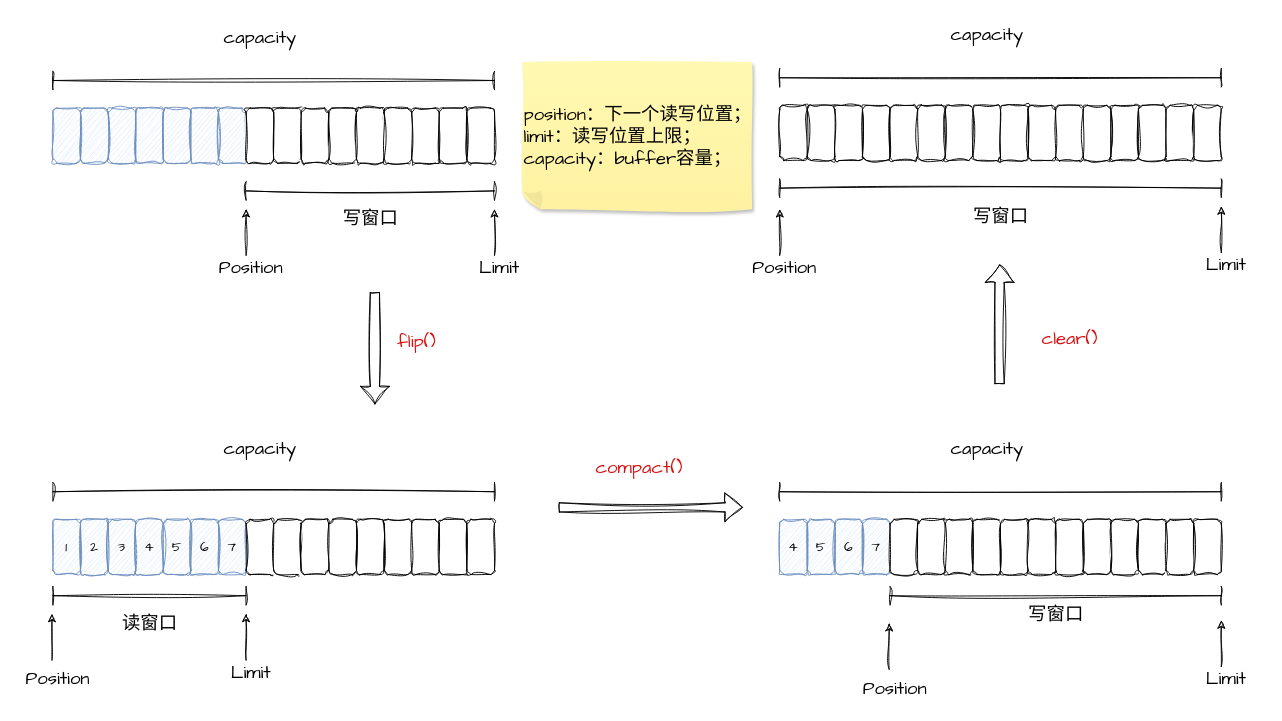
Above: JAVA/250521_JAVA_IO.drawio in Utihbi/pics (draw.io), before the change. Source tidied: cells renumbered, new cells numbered last; positions are measured from the earlier drawing's top-left corner, leaving out a move shared by most shapes. Both pictures are drawn from the tidied source at 92%, with x=0, y=0 at pixel (16, 16).
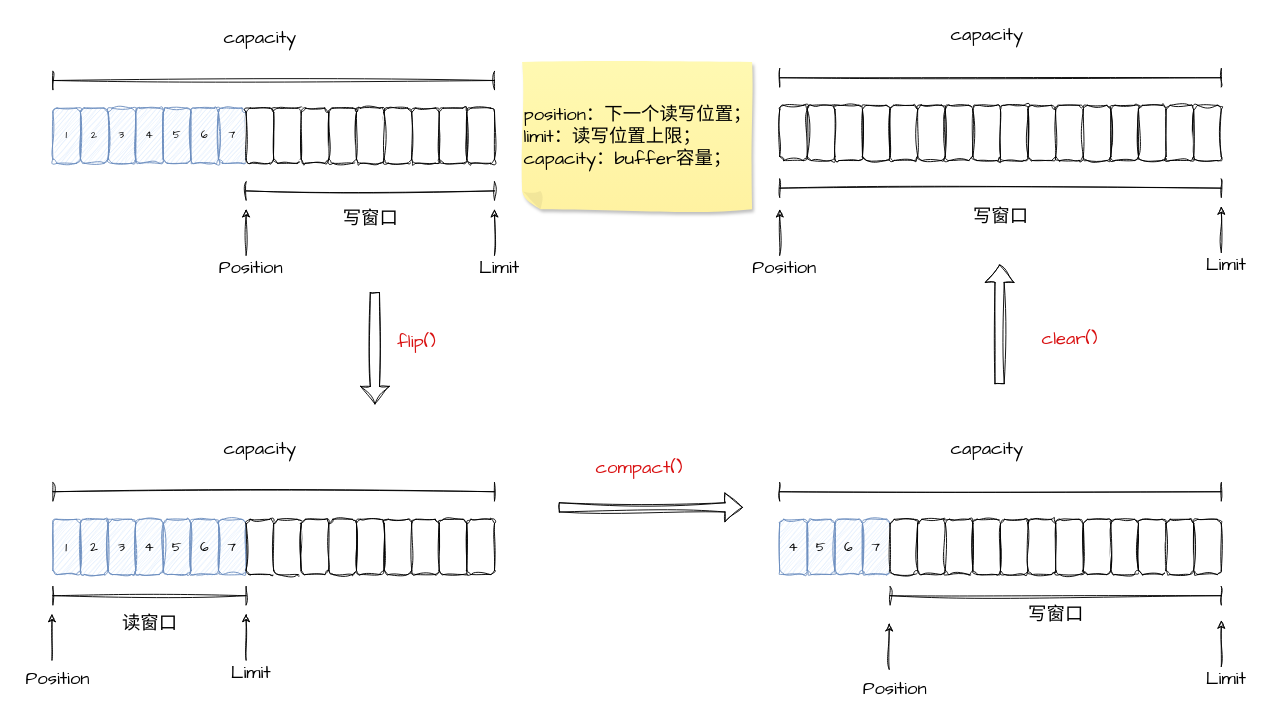
The same diagram, later.

The change refers to these unchanged cells:
```xml
<mxCell id="31" style="group;" parent="30" vertex="1">
  <mxGeometry width="480" height="157" as="geometry" />
</mxCell>
```

Diff of the diagram source:
```diff
@@
-    <mxCell id="32" style="rounded=1;whiteSpace=wrap;html=1;sketch=1;hachureGap=4;jiggle=2;curveFitting=1;fontFamily=Architects Daughter;fillColor=#dae8fc;strokeColor=#6c8ebf;" parent="31" vertex="1">
+    <mxCell id="32" value="1" style="rounded=1;whiteSpace=wrap;html=1;sketch=1;hachureGap=4;jiggle=2;curveFitting=1;fontFamily=Architects Daughter;fillColor=#dae8fc;strokeColor=#6c8ebf;" parent="31" vertex="1">
       <mxGeometry y="97" width="30" height="60" as="geometry" />
     </mxCell>
-    <mxCell id="33" style="rounded=1;whiteSpace=wrap;html=1;sketch=1;hachureGap=4;jiggle=2;curveFitting=1;fontFamily=Architects Daughter;fillColor=#dae8fc;strokeColor=#6c8ebf;" parent="31" vertex="1">
+    <mxCell id="33" value="2" style="rounded=1;whiteSpace=wrap;html=1;sketch=1;hachureGap=4;jiggle=2;curveFitting=1;fontFamily=Architects Daughter;fillColor=#dae8fc;strokeColor=#6c8ebf;" parent="31" vertex="1">
       <mxGeometry x="30" y="97" width="30" height="60" as="geometry" />
     </mxCell>
-    <mxCell id="34" style="rounded=1;whiteSpace=wrap;html=1;sketch=1;hachureGap=4;jiggle=2;curveFitting=1;fontFamily=Architects Daughter;fillColor=#dae8fc;strokeColor=#6c8ebf;" parent="31" vertex="1">
+    <mxCell id="34" value="3" style="rounded=1;whiteSpace=wrap;html=1;sketch=1;hachureGap=4;jiggle=2;curveFitting=1;fontFamily=Architects Daughter;fillColor=#dae8fc;strokeColor=#6c8ebf;" parent="31" vertex="1">
       <mxGeometry x="60" y="97" width="30" height="60" as="geometry" />
     </mxCell>
-    <mxCell id="35" style="rounded=1;whiteSpace=wrap;html=1;sketch=1;hachureGap=4;jiggle=2;curveFitting=1;fontFamily=Architects Daughter;fillColor=#dae8fc;strokeColor=#6c8ebf;" parent="31" vertex="1">
+    <mxCell id="35" value="4" style="rounded=1;whiteSpace=wrap;html=1;sketch=1;hachureGap=4;jiggle=2;curveFitting=1;fontFamily=Architects Daughter;fillColor=#dae8fc;strokeColor=#6c8ebf;" parent="31" vertex="1">
       <mxGeometry x="90" y="97" width="30" height="60" as="geometry" />
     </mxCell>
-    <mxCell id="36" style="rounded=1;whiteSpace=wrap;html=1;sketch=1;hachureGap=4;jiggle=2;curveFitting=1;fontFamily=Architects Daughter;fillColor=#dae8fc;strokeColor=#6c8ebf;" parent="31" vertex="1">
+    <mxCell id="36" value="5" style="rounded=1;whiteSpace=wrap;html=1;sketch=1;hachureGap=4;jiggle=2;curveFitting=1;fontFamily=Architects Daughter;fillColor=#dae8fc;strokeColor=#6c8ebf;" parent="31" vertex="1">
       <mxGeometry x="120" y="97" width="30" height="60" as="geometry" />
     </mxCell>
-    <mxCell id="37" style="rounded=1;whiteSpace=wrap;html=1;sketch=1;hachureGap=4;jiggle=2;curveFitting=1;fontFamily=Architects Daughter;fillColor=#dae8fc;strokeColor=#6c8ebf;" parent="31" vertex="1">
+    <mxCell id="37" value="6" style="rounded=1;whiteSpace=wrap;html=1;sketch=1;hachureGap=4;jiggle=2;curveFitting=1;fontFamily=Architects Daughter;fillColor=#dae8fc;strokeColor=#6c8ebf;" parent="31" vertex="1">
       <mxGeometry x="150" y="97" width="30" height="60" as="geometry" />
     </mxCell>
-    <mxCell id="38" style="rounded=1;whiteSpace=wrap;html=1;sketch=1;hachureGap=4;jiggle=2;curveFitting=1;fontFamily=Architects Daughter;fillColor=#dae8fc;strokeColor=#6c8ebf;" parent="31" vertex="1">
+    <mxCell id="38" value="7" style="rounded=1;whiteSpace=wrap;html=1;sketch=1;hachureGap=4;jiggle=2;curveFitting=1;fontFamily=Architects Daughter;fillColor=#dae8fc;strokeColor=#6c8ebf;" parent="31" vertex="1">
       <mxGeometry x="180" y="97" width="30" height="60" as="geometry" />
     </mxCell>
```
